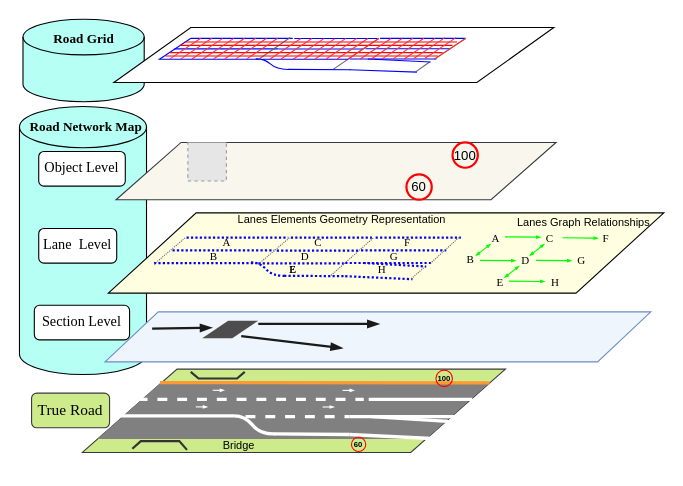
Above: road_map.drawio in LimingGao/draw_io (draw.io), before the change. Source tidied: cells renumbered, new cells numbered last; positions are measured from the earlier drawing's top-left corner, leaving out a move shared by most shapes. Both pictures are drawn from the tidied source at 110%, with x=0, y=0 at pixel (19, 19). Pictures stored in the file or linked from it are replaced by grey dashed boxes.
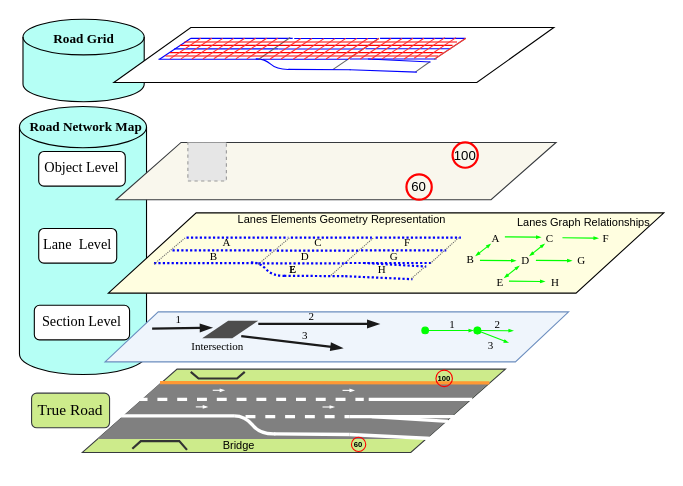
After the change.

Change to the diagram source:
```diff
@@
     <mxCell id="60" style="shape=parallelogram;perimeter=parallelogramPerimeter;whiteSpace=wrap;fixedSize=1;fontFamily=Times New Roman;size=48.346000000000004;labelBorderColor=none;strokeColor=#6c8ebf;fillColor=#EFF5FC;" parent="1" vertex="1">
-      <mxGeometry x="78" y="266" width="496.1" height="45.5" as="geometry" />
+      <mxGeometry x="78" y="266" width="421.4" height="45.5" as="geometry" />
     </mxCell>
@@
+    <mxCell id="138" value="&lt;span style=&quot;font-family: &amp;#34;times new roman&amp;#34; ; font-size: 10px ; font-style: normal ; font-weight: 400 ; letter-spacing: normal ; text-indent: 0px ; text-transform: none ; word-spacing: 0px ; display: inline ; float: none&quot;&gt;Intersection&lt;/span&gt;" style="text;whiteSpace=wrap;html=1;fontSize=13;fontFamily=Times New Roman;align=center;verticalAlign=middle;labelBackgroundColor=none;" parent="1" vertex="1">
+      <mxGeometry x="171.7" y="289.9" width="16.7" height="12.1" as="geometry" />
+    </mxCell>
+    <mxCell id="139" value="&lt;span style=&quot;font-family: &amp;#34;times new roman&amp;#34; ; font-size: 10px ; font-style: normal ; font-weight: 400 ; letter-spacing: normal ; text-indent: 0px ; text-transform: none ; word-spacing: 0px ; display: inline ; float: none&quot;&gt;1&lt;/span&gt;" style="text;whiteSpace=wrap;html=1;fontSize=13;fontFamily=Times New Roman;align=center;verticalAlign=middle;labelBackgroundColor=none;" parent="1" vertex="1">
+      <mxGeometry x="137" y="266.6" width="16.3" height="10.2" as="geometry" />
+    </mxCell>
+    <mxCell id="140" value="&lt;span style=&quot;font-family: &amp;#34;times new roman&amp;#34; ; font-size: 10px ; font-style: normal ; font-weight: 400 ; letter-spacing: normal ; text-indent: 0px ; text-transform: none ; word-spacing: 0px ; display: inline ; float: none&quot;&gt;2&lt;/span&gt;" style="text;whiteSpace=wrap;html=1;fontSize=13;fontFamily=Times New Roman;align=center;verticalAlign=middle;labelBackgroundColor=none;" parent="1" vertex="1">
+      <mxGeometry x="258.1" y="263.8" width="16.3" height="10.2" as="geometry" />
+    </mxCell>
+    <mxCell id="141" value="&lt;span style=&quot;font-family: &amp;#34;times new roman&amp;#34; ; font-size: 10px ; font-style: normal ; font-weight: 400 ; letter-spacing: normal ; text-indent: 0px ; text-transform: none ; word-spacing: 0px ; display: inline ; float: none&quot;&gt;3&lt;/span&gt;" style="text;whiteSpace=wrap;html=1;fontSize=13;fontFamily=Times New Roman;align=center;verticalAlign=middle;labelBackgroundColor=none;" parent="1" vertex="1">
+      <mxGeometry x="251.9" y="281.3" width="16.3" height="10.2" as="geometry" />
+    </mxCell>
+    <mxCell id="142" style="endArrow=blockThin;html=1;strokeWidth=1;fontFamily=Times New Roman;fontSize=13;fontColor=#000000;strokeColor=#00FF00;exitX=1;exitY=0.5;exitDx=0;exitDy=0;endFill=1;jumpSize=4;endSize=2;startArrow=oval;startFill=1;" parent="1" edge="1">
+      <mxGeometry relative="1" as="geometry">
+        <mxPoint x="369" y="282.9" as="sourcePoint" />
+        <mxPoint x="413" y="283" as="targetPoint" />
+      </mxGeometry>
+    </mxCell>
+    <mxCell id="143" style="endArrow=blockThin;html=1;strokeWidth=1;fontFamily=Times New Roman;fontSize=13;fontColor=#000000;strokeColor=#00FF00;exitX=1;exitY=0.5;exitDx=0;exitDy=0;entryX=0;entryY=0.5;entryDx=0;entryDy=0;endFill=1;jumpSize=4;endSize=2;startArrow=oval;startFill=1;" parent="1" edge="1">
+      <mxGeometry relative="1" as="geometry">
+        <mxPoint x="416.5" y="282.9" as="sourcePoint" />
+        <mxPoint x="449.3" y="283.2" as="targetPoint" />
+      </mxGeometry>
+    </mxCell>
+    <mxCell id="144" style="endArrow=blockThin;html=1;strokeWidth=1;fontFamily=Times New Roman;fontSize=13;fontColor=#000000;strokeColor=#00FF00;exitX=1;exitY=0.5;exitDx=0;exitDy=0;endFill=1;jumpSize=4;endSize=2;startArrow=oval;startFill=1;" parent="1" edge="1">
+      <mxGeometry relative="1" as="geometry">
+        <mxPoint x="416.5" y="283" as="sourcePoint" />
+        <mxPoint x="444.9" y="294.1" as="targetPoint" />
+      </mxGeometry>
+    </mxCell>
+    <mxCell id="145" value="&lt;span style=&quot;font-family: &amp;#34;times new roman&amp;#34; ; font-size: 10px ; font-style: normal ; font-weight: 400 ; letter-spacing: normal ; text-indent: 0px ; text-transform: none ; word-spacing: 0px ; display: inline ; float: none&quot;&gt;1&lt;/span&gt;" style="text;whiteSpace=wrap;html=1;fontSize=13;fontFamily=Times New Roman;align=center;verticalAlign=middle;labelBackgroundColor=none;" parent="1" vertex="1">
+      <mxGeometry x="385.7" y="270.6" width="16.3" height="10.2" as="geometry" />
+    </mxCell>
+    <mxCell id="146" value="&lt;span style=&quot;font-family: &amp;#34;times new roman&amp;#34; ; font-size: 10px ; font-style: normal ; font-weight: 400 ; letter-spacing: normal ; text-indent: 0px ; text-transform: none ; word-spacing: 0px ; display: inline ; float: none&quot;&gt;2&lt;/span&gt;" style="text;whiteSpace=wrap;html=1;fontSize=13;fontFamily=Times New Roman;align=center;verticalAlign=middle;labelBackgroundColor=none;" parent="1" vertex="1">
+      <mxGeometry x="426.9" y="270.6" width="16.3" height="10.2" as="geometry" />
+    </mxCell>
+    <mxCell id="147" value="&lt;span style=&quot;font-family: &amp;#34;times new roman&amp;#34; ; font-size: 10px ; font-style: normal ; font-weight: 400 ; letter-spacing: normal ; text-indent: 0px ; text-transform: none ; word-spacing: 0px ; display: inline ; float: none&quot;&gt;3&lt;/span&gt;" style="text;whiteSpace=wrap;html=1;fontSize=13;fontFamily=Times New Roman;align=center;verticalAlign=middle;labelBackgroundColor=none;" parent="1" vertex="1">
+      <mxGeometry x="420.7" y="289.9" width="16.3" height="10.2" as="geometry" />
+    </mxCell>
```
